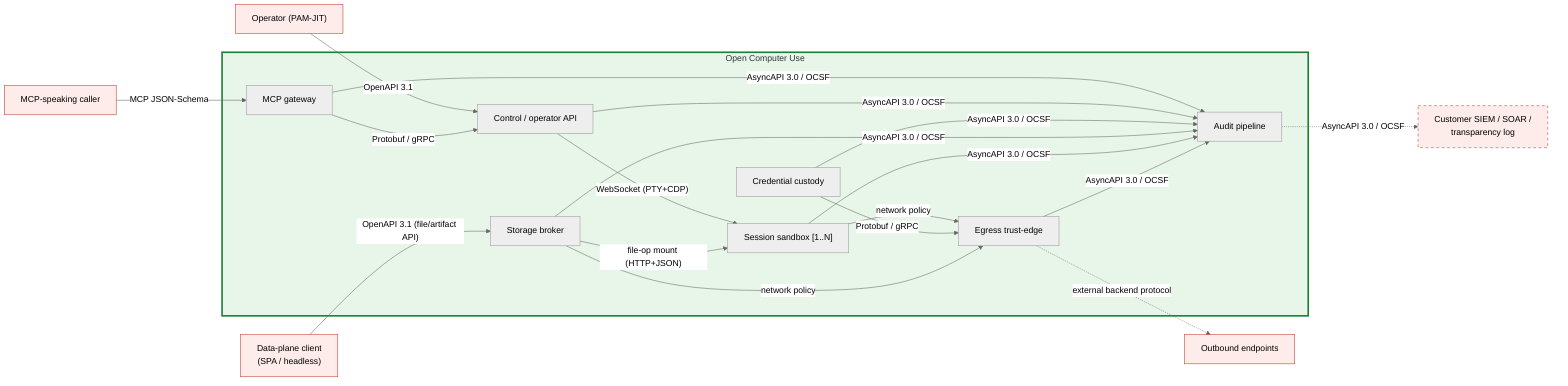
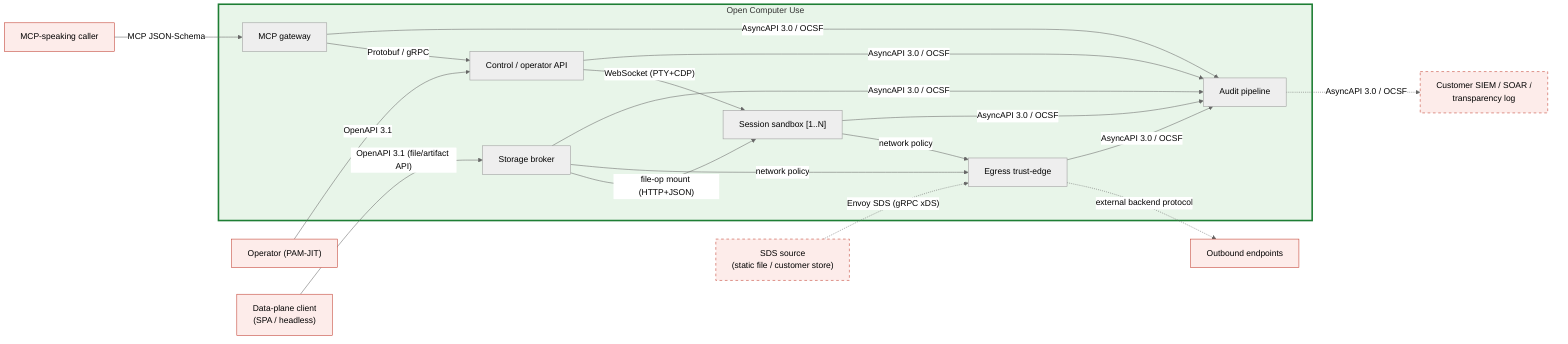
%% SPDX-License-Identifier: FSL-1.1-Apache-2.0
%% Copyright (c) 2025 Open Computer Use Contributors
%% Layer 8 (Contracts) overlay. Referenced from docs/architecture/08-contracts.md.
- %% Same seven containers as diagrams/c4-container.mmd; edge labels carry the CONTRACT FORMAT
+ %% Same six containers as diagrams/c4-container.mmd; edge labels carry the CONTRACT FORMAT
%% on each crossing, not the token/protocol. Zone shading is not redrawn — see Layer 3/6.
%% Solid = OCU-defined or conform-inbound; dashed = external party owns the wire format.

%%{init: {"theme": "neutral"} }%%
flowchart LR

    PEER["MCP-speaking caller"]:::ext
    OPER["Operator (PAM-JIT)"]:::ext
    UPSTREAM["Outbound endpoints"]:::ext
+     SDS["SDS source<br/>(static file / customer store)"]:::extOpt
    SINK["Customer SIEM / SOAR /<br/>transparency log"]:::extOpt
    DPC["Data-plane client<br/>(SPA / headless)"]:::ext

    subgraph OCU["Open Computer Use"]
        MCPG["MCP gateway"]
        CTRL["Control / operator API"]
-         CUST["Credential custody"]
        STORE["Storage broker"]
        VM["Session sandbox [1..N]"]
        EDGE["Egress trust-edge"]
        AUD["Audit pipeline"]
    end

    PEER -->|"MCP JSON-Schema"| MCPG
    OPER -->|"OpenAPI 3.1"| CTRL
    MCPG -->|"Protobuf / gRPC"| CTRL
    CTRL -->|"WebSocket (PTY+CDP)"| VM
    STORE -->|"file-op mount (HTTP+JSON)"| VM
    DPC -->|"OpenAPI 3.1 (file/artifact API)"| STORE
    VM -->|"network policy"| EDGE
-     CUST -->|"Protobuf / gRPC"| EDGE
+     SDS -.->|"Envoy SDS (gRPC xDS)"| EDGE
    STORE -->|"network policy"| EDGE
    EDGE -.->|"external backend protocol"| UPSTREAM

    MCPG -->|"AsyncAPI 3.0 / OCSF"| AUD
    CTRL -->|"AsyncAPI 3.0 / OCSF"| AUD
-     CUST -->|"AsyncAPI 3.0 / OCSF"| AUD
    STORE -->|"AsyncAPI 3.0 / OCSF"| AUD
    VM -->|"AsyncAPI 3.0 / OCSF"| AUD
    EDGE -->|"AsyncAPI 3.0 / OCSF"| AUD
    AUD -.->|"AsyncAPI 3.0 / OCSF"| SINK

    classDef ext fill:#fdecea,stroke:#c0392b,stroke-width:1px;
    classDef extOpt fill:#fdecea,stroke:#c0392b,stroke-dasharray: 5 5;
    style OCU fill:#e8f5e9,stroke:#1e7e34,stroke-width:3px;
